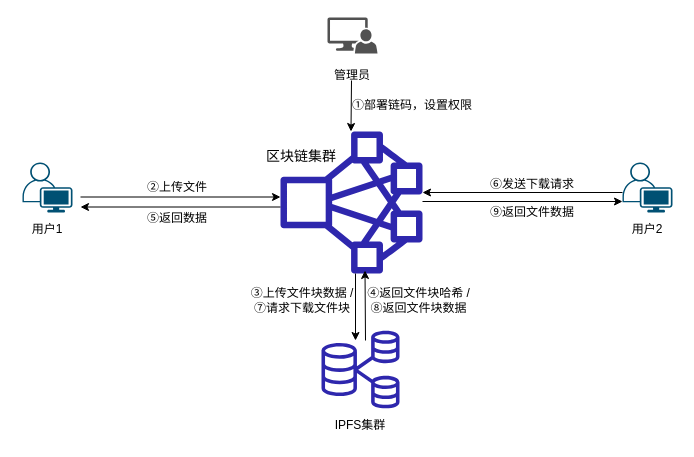
Earlier version of the draw.io diagram ipfsmodel.drawio (DingAllen/2022-leetcode). Source tidied: cells renumbered, new cells numbered last; positions are measured from the earlier drawing's top-left corner, leaving out a move shared by most shapes. Both pictures are drawn from the tidied source at 100%, with x=0, y=0 at pixel (17, 17).
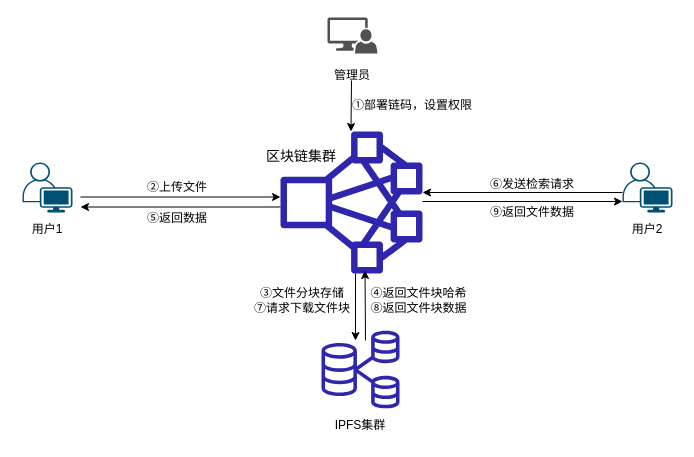
Above is the later version.

The edit, as a diff of the source:
```diff
@@
-    <mxCell id="20" value="③上传文件块数据 /&lt;br&gt;⑦请求下载文件块" style="text;html=1;strokeColor=none;fillColor=none;align=center;verticalAlign=middle;whiteSpace=wrap;rounded=0;" parent="1" vertex="1">
+    <mxCell id="20" value="③文件分块存储&lt;br&gt;⑦请求下载文件块" style="text;html=1;strokeColor=none;fillColor=none;align=center;verticalAlign=middle;whiteSpace=wrap;rounded=0;" parent="1" vertex="1">
       <mxGeometry x="229.5" y="263" width="110" height="40" as="geometry" />
     </mxCell>
-    <mxCell id="21" value="④返回文件块哈希 /&lt;br&gt;⑧返回文件块数据" style="text;html=1;strokeColor=none;fillColor=none;align=center;verticalAlign=middle;whiteSpace=wrap;rounded=0;" parent="1" vertex="1">
+    <mxCell id="21" value="④返回文件块哈希&lt;br&gt;⑧返回文件块数据" style="text;html=1;strokeColor=none;fillColor=none;align=center;verticalAlign=middle;whiteSpace=wrap;rounded=0;" parent="1" vertex="1">
       <mxGeometry x="346" y="263" width="110.5" height="40" as="geometry" />
     </mxCell>
@@
-    <mxCell id="24" value="⑥发送下载请求" style="text;html=1;strokeColor=none;fillColor=none;align=center;verticalAlign=middle;whiteSpace=wrap;rounded=0;" parent="1" vertex="1">
+    <mxCell id="24" value="⑥发送检索请求" style="text;html=1;strokeColor=none;fillColor=none;align=center;verticalAlign=middle;whiteSpace=wrap;rounded=0;" parent="1" vertex="1">
       <mxGeometry x="459.5" y="152" width="110" height="30" as="geometry" />
     </mxCell>
```
